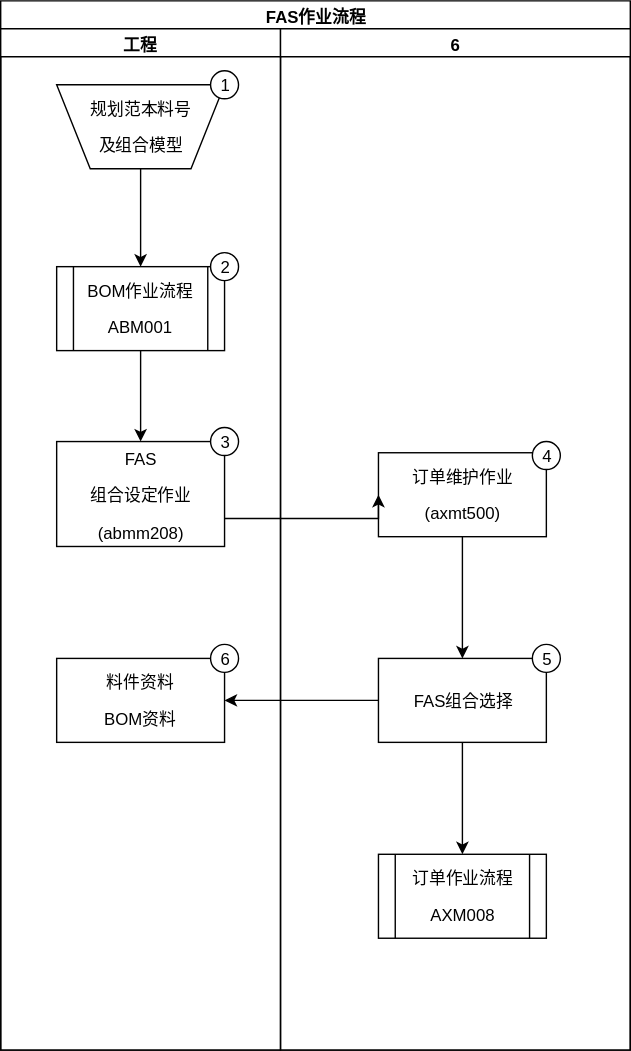
Before: ver01/ABM007.svg, a diagram exported from draw.io (ft2017/sop). Source tidied: cells renumbered, new cells last; positions are measured from the earlier drawing's top-left corner, leaving out a move shared by most shapes.
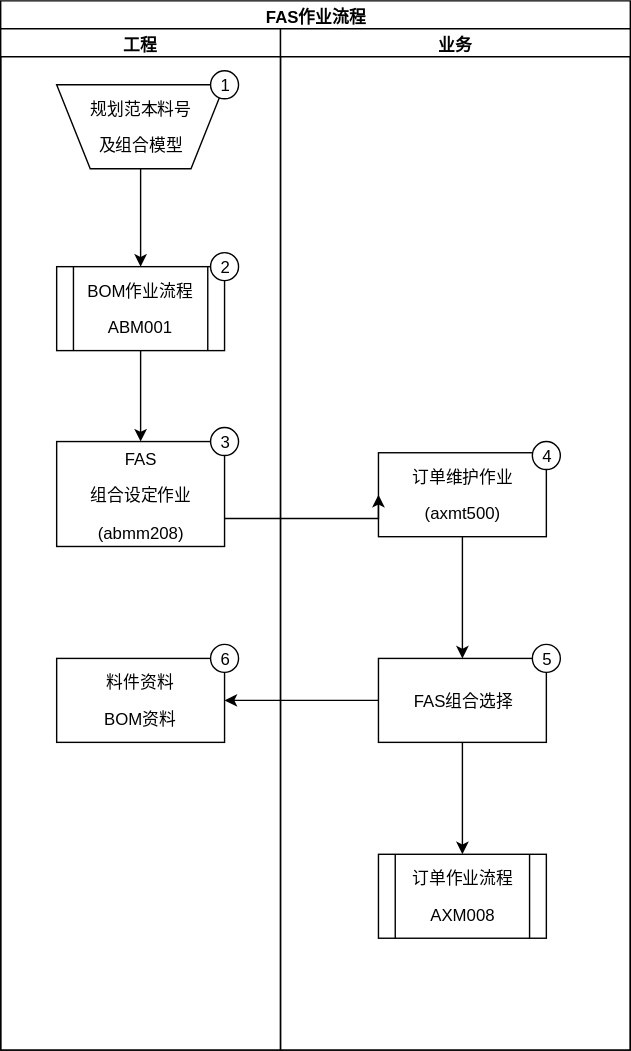
Later version of the same file.

Diff of the diagram source:
```diff
@@ -41,7 +41,7 @@
     <mxCell id="14" value="6" style="ellipse;whiteSpace=wrap;html=1;" parent="3" vertex="1">
       <mxGeometry x="150" y="440" width="20" height="20" as="geometry" />
     </mxCell>
-    <mxCell id="15" value="6" style="swimlane;html=1;startSize=20;" parent="2" vertex="1">
+    <mxCell id="15" value="&lt;b&gt;&lt;span&gt;业务&lt;/span&gt;&lt;/b&gt;" style="swimlane;html=1;startSize=20;" parent="2" vertex="1">
       <mxGeometry x="200" y="20" width="250" height="730" as="geometry" />
     </mxCell>
     <mxCell id="16" value="&lt;p align=&quot;center&quot;&gt;&lt;span&gt;订单维护作业&lt;/span&gt;&lt;/p&gt;&lt;p align=&quot;center&quot;&gt;&lt;span lang=&quot;EN-US&quot;&gt;(axmt500)&lt;/span&gt;&lt;/p&gt;" style="whiteSpace=wrap;html=1;" parent="15" vertex="1">
```
